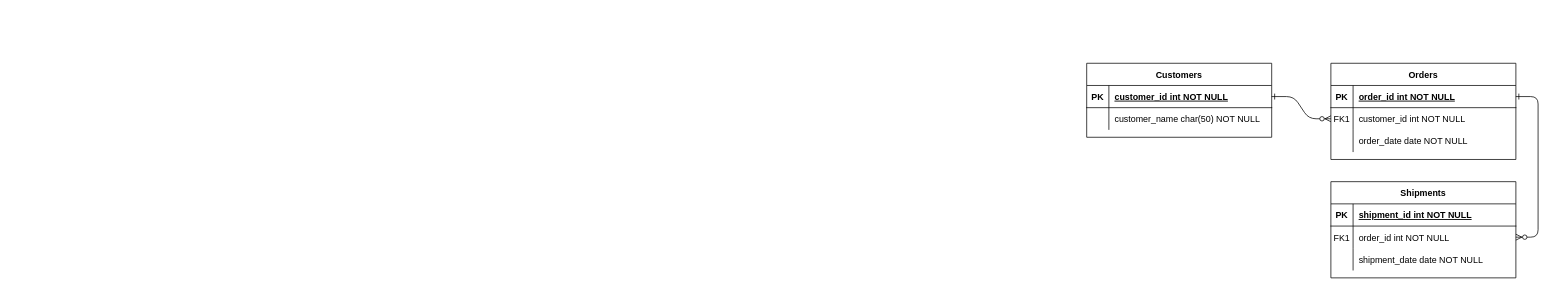
This is Descuentos_Cupones.drawio from frankperez-github/data-bases-diagrams, a draw.io file, before an edit. Source tidied: cells renumbered, new cells numbered last; positions are measured from the earlier drawing's top-left corner, leaving out a move shared by most shapes. Both pictures are drawn from the tidied source at 74%, with x=0, y=0 at pixel (1086, 63).
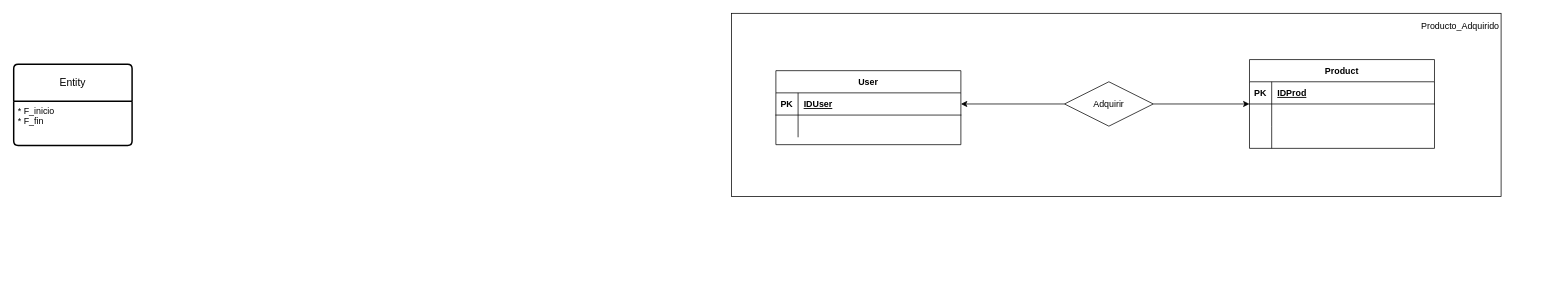
The same diagram, later.

The change refers to these unchanged cells:
```xml
<mxCell id="5" style="shape=partialRectangle;fillColor=none;points=[[0,0.5],[1,0.5]];portConstraint=eastwest;top=0;left=0;right=0;bottom=1;" parent="4" vertex="1">
  <mxGeometry y="30" width="250" height="30" as="geometry" />
</mxCell>
<mxCell id="8" style="shape=partialRectangle;fillColor=none;points=[[0,0.5],[1,0.5]];portConstraint=eastwest;top=0;left=0;right=0;bottom=0;" parent="4" vertex="1">
  <mxGeometry y="60" width="250" height="30" as="geometry" />
</mxCell>
<mxCell id="11" style="shape=partialRectangle;fillColor=none;top=0;left=0;right=0;bottom=0;" parent="4" vertex="1">
  <mxGeometry y="90" width="250" height="30" as="geometry" />
</mxCell>
<mxCell id="25" style="shape=partialRectangle;fillColor=none;points=[[0,0.5],[1,0.5]];portConstraint=eastwest;top=0;left=0;right=0;bottom=1;" parent="24" vertex="1">
  <mxGeometry y="30" width="250" height="30" as="geometry" />
</mxCell>
<mxCell id="28" style="shape=partialRectangle;fillColor=none;top=0;left=0;right=0;bottom=0;" parent="24" vertex="1">
  <mxGeometry y="60" width="250" height="30" as="geometry" />
</mxCell>
```

The edit, as a diff of the source:
```diff
@@
-    <mxCell id="2" style="edgeStyle=entityRelationEdgeStyle;endArrow=ERzeroToMany;startArrow=ERone;endFill=1;startFill=0;" parent="1" edge="1" source="25" target="8">
-      <mxGeometry relative="1" as="geometry" />
-    </mxCell>
-    <mxCell id="3" style="edgeStyle=entityRelationEdgeStyle;endArrow=ERzeroToMany;startArrow=ERone;endFill=1;startFill=0;" parent="1" edge="1" source="5" target="18">
-      <mxGeometry relative="1" as="geometry" />
-    </mxCell>
-    <mxCell id="4" value="Orders" style="shape=table;startSize=30;childLayout=tableLayout;rowLines=0;fontStyle=1;align=center;" parent="1" vertex="1">
-      <mxGeometry x="330" width="250" height="130" as="geometry" />
+    <mxCell id="4" value="Product" style="shape=table;startSize=30;childLayout=tableLayout;rowLines=0;fontStyle=1;align=center;" parent="1" vertex="1">
+      <mxGeometry x="220" y="-5" width="250" height="120" as="geometry" />
     </mxCell>
@@
-    <mxCell id="7" value="order_id int NOT NULL " style="shape=partialRectangle;overflow=hidden;fillColor=none;top=0;left=0;bottom=0;right=0;align=left;spacingLeft=6;fontStyle=5;" parent="5" vertex="1">
+    <mxCell id="7" value="IDProd" style="shape=partialRectangle;overflow=hidden;fillColor=none;top=0;left=0;bottom=0;right=0;align=left;spacingLeft=6;fontStyle=5;" parent="5" vertex="1">
       <mxGeometry x="30" width="220" height="30" as="geometry" />
     </mxCell>
@@
-    <mxCell id="9" value="FK1" style="shape=partialRectangle;overflow=hidden;fillColor=none;top=0;left=0;bottom=0;right=0;" parent="8" vertex="1">
+    <mxCell id="9" style="shape=partialRectangle;overflow=hidden;fillColor=none;top=0;left=0;bottom=0;right=0;" parent="8" vertex="1">
       <mxGeometry width="30" height="30" as="geometry" />
     </mxCell>
-    <mxCell id="10" value="customer_id int NOT NULL" style="shape=partialRectangle;overflow=hidden;fillColor=none;top=0;left=0;bottom=0;right=0;align=left;spacingLeft=6;" parent="8" vertex="1">
+    <mxCell id="10" style="shape=partialRectangle;overflow=hidden;fillColor=none;top=0;left=0;bottom=0;right=0;align=left;spacingLeft=6;" parent="8" vertex="1">
       <mxGeometry x="30" width="220" height="30" as="geometry" />
     </mxCell>
@@
-    <mxCell id="13" value="order_date date NOT NULL" style="shape=partialRectangle;overflow=hidden;fillColor=none;top=0;left=0;bottom=0;right=0;align=left;spacingLeft=6;" parent="11" vertex="1">
+    <mxCell id="13" style="shape=partialRectangle;overflow=hidden;fillColor=none;top=0;left=0;bottom=0;right=0;align=left;spacingLeft=6;" parent="11" vertex="1">
       <mxGeometry x="30" width="220" height="30" as="geometry" />
     </mxCell>
-    <mxCell id="14" value="Shipments" style="shape=table;startSize=30;childLayout=tableLayout;rowLines=0;fontStyle=1;align=center;" parent="1" vertex="1">
-      <mxGeometry x="330" y="160" width="250" height="130" as="geometry" />
-    </mxCell>
-    <mxCell id="15" style="shape=partialRectangle;fillColor=none;top=0;left=0;right=0;bottom=1;" parent="14" vertex="1">
-      <mxGeometry y="30" width="250" height="30" as="geometry" />
-    </mxCell>
-    <mxCell id="16" value="PK" style="shape=partialRectangle;overflow=hidden;fillColor=none;top=0;left=0;bottom=0;right=0;fontStyle=1;" parent="15" vertex="1">
-      <mxGeometry width="30" height="30" as="geometry" />
-    </mxCell>
-    <mxCell id="17" value="shipment_id int NOT NULL " style="shape=partialRectangle;overflow=hidden;fillColor=none;top=0;left=0;bottom=0;right=0;align=left;spacingLeft=6;fontStyle=5;" parent="15" vertex="1">
-      <mxGeometry x="30" width="220" height="30" as="geometry" />
-    </mxCell>
-    <mxCell id="18" style="shape=partialRectangle;fillColor=none;points=[[0,0.5],[1,0.5]];portConstraint=eastwest;top=0;left=0;right=0;bottom=0;" parent="14" vertex="1">
-      <mxGeometry y="60" width="250" height="30" as="geometry" />
-    </mxCell>
-    <mxCell id="19" value="FK1" style="shape=partialRectangle;overflow=hidden;fillColor=none;top=0;left=0;bottom=0;right=0;" parent="18" vertex="1">
-      <mxGeometry width="30" height="30" as="geometry" />
-    </mxCell>
-    <mxCell id="20" value="order_id int NOT NULL" style="shape=partialRectangle;overflow=hidden;fillColor=none;top=0;left=0;bottom=0;right=0;align=left;spacingLeft=6;" parent="18" vertex="1">
-      <mxGeometry x="30" width="220" height="30" as="geometry" />
-    </mxCell>
-    <mxCell id="21" style="shape=partialRectangle;fillColor=none;top=0;left=0;right=0;bottom=0;" parent="14" vertex="1">
-      <mxGeometry y="90" width="250" height="30" as="geometry" />
-    </mxCell>
-    <mxCell id="22" style="shape=partialRectangle;overflow=hidden;fillColor=none;top=0;left=0;bottom=0;right=0;" parent="21" vertex="1">
-      <mxGeometry width="30" height="30" as="geometry" />
-    </mxCell>
-    <mxCell id="23" value="shipment_date date NOT NULL" style="shape=partialRectangle;overflow=hidden;fillColor=none;top=0;left=0;bottom=0;right=0;align=left;spacingLeft=6;" parent="21" vertex="1">
-      <mxGeometry x="30" width="220" height="30" as="geometry" />
-    </mxCell>
-    <mxCell id="24" value="Customers" style="shape=table;startSize=30;childLayout=tableLayout;rowLines=0;fontStyle=1;align=center;" parent="1" vertex="1">
-      <mxGeometry width="250" height="100" as="geometry" />
+    <mxCell id="24" value="User" style="shape=table;startSize=30;childLayout=tableLayout;rowLines=0;fontStyle=1;align=center;" parent="1" vertex="1">
+      <mxGeometry x="-420" y="10" width="250" height="100" as="geometry" />
     </mxCell>
@@
-    <mxCell id="27" value="customer_id int NOT NULL " style="shape=partialRectangle;overflow=hidden;fillColor=none;top=0;left=0;bottom=0;right=0;align=left;spacingLeft=6;fontStyle=5;" parent="25" vertex="1">
+    <mxCell id="27" value="IDUser" style="shape=partialRectangle;overflow=hidden;fillColor=none;top=0;left=0;bottom=0;right=0;align=left;spacingLeft=6;fontStyle=5;" parent="25" vertex="1">
       <mxGeometry x="30" width="220" height="30" as="geometry" />
     </mxCell>
@@
-    <mxCell id="30" value="customer_name char(50) NOT NULL" style="shape=partialRectangle;overflow=hidden;fillColor=none;top=0;left=0;bottom=0;right=0;align=left;spacingLeft=6;" parent="28" vertex="1">
+    <mxCell id="30" style="shape=partialRectangle;overflow=hidden;fillColor=none;top=0;left=0;bottom=0;right=0;align=left;spacingLeft=6;" parent="28" vertex="1">
       <mxGeometry x="30" width="220" height="30" as="geometry" />
     </mxCell>
+    <mxCell id="31" style="edgeStyle=orthogonalEdgeStyle;rounded=0;jettySize=auto;html=1;exitX=1;exitY=0.5;exitDx=0;exitDy=0;" parent="1" edge="1" source="33" target="4">
+      <mxGeometry relative="1" as="geometry" />
+    </mxCell>
+    <mxCell id="32" style="edgeStyle=orthogonalEdgeStyle;rounded=0;jettySize=auto;html=1;" parent="1" edge="1" source="33" target="25">
+      <mxGeometry relative="1" as="geometry" />
+    </mxCell>
+    <mxCell id="33" value="Adquirir" style="shape=rhombus;perimeter=rhombusPerimeter;whiteSpace=wrap;html=1;align=center;" parent="1" vertex="1">
+      <mxGeometry x="-30" y="25" width="120" height="60" as="geometry" />
+    </mxCell>
+    <mxCell id="34" value="Producto_Adquirido" style="text;html=1;align=center;verticalAlign=middle;whiteSpace=wrap;rounded=0;" parent="1" vertex="1">
+      <mxGeometry x="450" y="-65" width="110" height="30" as="geometry" />
+    </mxCell>
+    <mxCell id="35" style="rounded=0;whiteSpace=wrap;html=1;fillColor=none;" parent="1" vertex="1">
+      <mxGeometry x="-480" y="-67.5" width="1040" height="247.5" as="geometry" />
+    </mxCell>
+    <mxCell id="36" value="Entity" style="swimlane;horizontal=1;startSize=50;rounded=1;fontSize=14;fontStyle=0;strokeWidth=2;shadow=0;dashed=0;align=center;arcSize=4;whiteSpace=wrap;html=1;" parent="1" vertex="1">
+      <mxGeometry x="-1450" y="1.2" width="160" height="110" as="geometry" />
+    </mxCell>
+    <mxCell id="37" value="* F_inicio&lt;div&gt;* F_fin&lt;/div&gt;" style="align=left;strokeColor=none;fillColor=none;spacingLeft=4;fontSize=12;verticalAlign=top;html=1;" parent="36" vertex="1">
+      <mxGeometry y="50" width="160" height="60" as="geometry" />
+    </mxCell>
```
